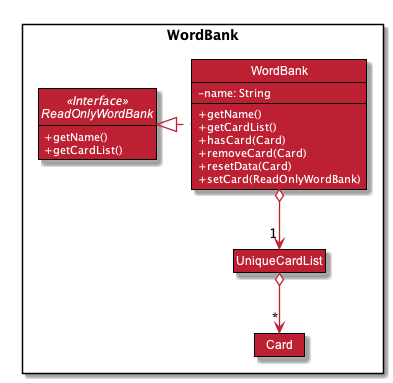
Earlier version of the PlantUML export docs/images/WordBankDiagram.png (nus-cs2103-AY1920S1/addressbook-level3). Its diagram source:
```plantuml
@startuml











skinparam BackgroundColor #FFFFFFF

skinparam Shadowing false

skinparam Class {
    FontColor #FFFFFF
    BorderThickness 1
    BorderColor #000000
    StereotypeFontColor #FFFFFF
    FontName Arial
    AttributeFontColor #FFFFFF
}

skinparam Actor {
    BorderColor #000000
    Color #000000
    FontName Arial
}

skinparam Sequence {
    MessageAlign center
    BoxFontSize 15
    BoxPadding 0
    BoxFontColor #FFFFFF
    FontName Arial
}

skinparam Participant {
    FontColor #FFFFFFF
    Padding 20
}

skinparam MinClassWidth 50
skinparam ParticipantPadding 10
skinparam Shadowing true
skinparam DefaultTextAlignment center
skinparam packageStyle Rectangle
skinparam classAttributeIconSize 0

hide footbox
hide members
hide circle
hide empty members
skinparam arrowThickness 1.3
skinparam arrowColor #BD2032
skinparam classBackgroundColor #BD2032

show members
hide empty members

Package WordBank <<Rectangle>>{
Interface ReadOnlyWordBank <<Interface>> {
+getName()
+getCardList()
}

class WordBank {
   -name: String
   +getName()
   +getCardList()
   +hasCard(Card)
   +removeCard(Card)
   +resetData(Card)
   +setCard(ReadOnlyWordBank)
}
Class UniqueCardList
Class Card

}

WordBank .left.|> ReadOnlyWordBank
WordBank o-down-> "1" UniqueCardList
UniqueCardList o-down-> "*" Card

@enduml
```
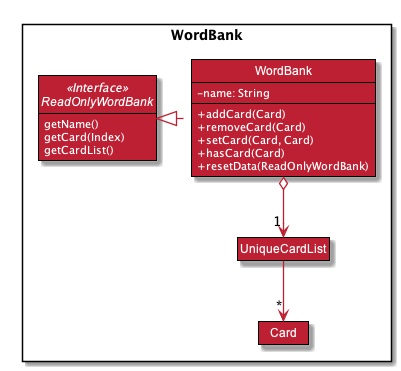
Above is the later version.

The edit, as a diff of the source:
```diff
@@ -62,26 +62,24 @@
 
 Package WordBank <<Rectangle>>{
 Interface ReadOnlyWordBank <<Interface>> {
-+getName()
-+getCardList()
+getName()
+getCard(Index)
+getCardList()
 }
 
 class WordBank {
    -name: String
-   +getName()
-   +getCardList()
+   +addCard(Card)
+   +removeCard(Card)
+   +setCard(Card, Card)
    +hasCard(Card)
-   +removeCard(Card)
-   +resetData(Card)
-   +setCard(ReadOnlyWordBank)
+   +resetData(ReadOnlyWordBank)
 }
 Class UniqueCardList
 Class Card
-
 }
 
 WordBank .left.|> ReadOnlyWordBank
 WordBank o-down-> "1" UniqueCardList
-UniqueCardList o-down-> "*" Card
-
+UniqueCardList -down-> "*" Card
 @enduml
```
